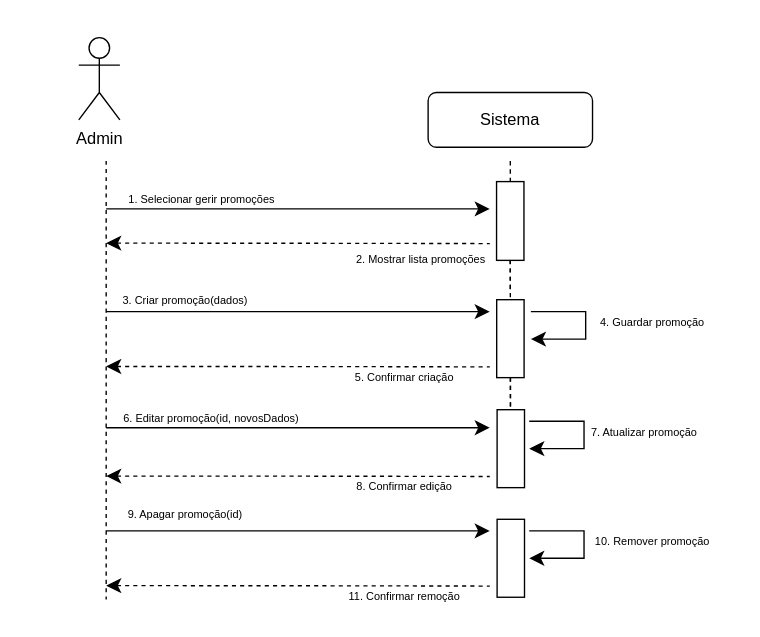
Before: Documentation/Iteration01/diagramas/uc11.drawio in compaqle/fsoft2026_1DB_3, a draw.io diagram. Source tidied: cells renumbered, new cells numbered last; positions are measured from the earlier drawing's top-left corner, leaving out a move shared by most shapes. Both pictures are drawn from the tidied source at 137%, with x=0, y=0 at pixel (78, 37).
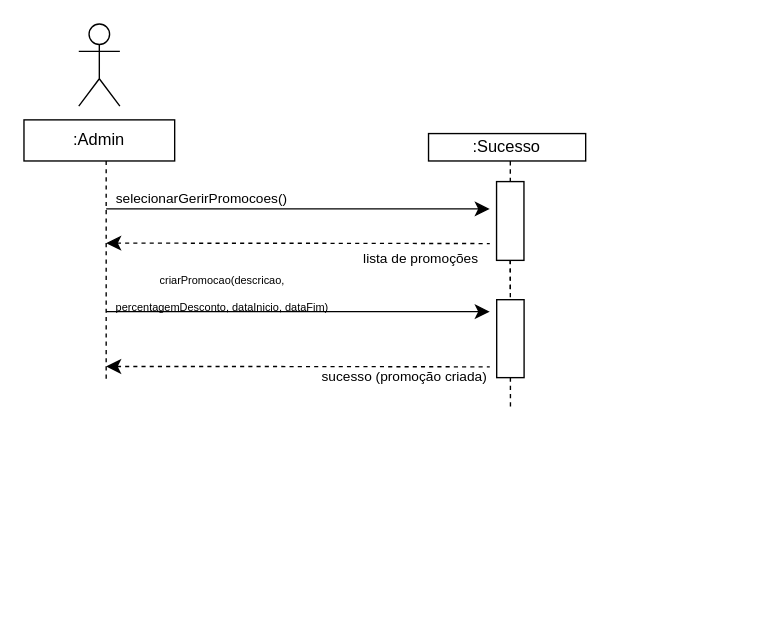
The same diagram, later.

The change refers to these unchanged cells:
```xml
<mxCell id="20" style="rounded=0;whiteSpace=wrap;html=1;rotation=90;" parent="1" vertex="1">
  <mxGeometry x="286.6" y="209.7" width="56.9" height="20" as="geometry" />
</mxCell>
```

Change to the diagram source:
```diff
@@
-    <mxCell id="3" value="&lt;span style=&quot;font-size: 8px;&quot;&gt;1. Selecionar gerir promoções&lt;/span&gt;" style="text;html=1;whiteSpace=wrap;strokeColor=none;fillColor=none;align=center;verticalAlign=middle;rounded=0;fontSize=16;" parent="1" vertex="1">
+    <mxCell id="3" value="&lt;font style=&quot;font-size: 10px;&quot;&gt;selecionarGerirPromocoes()&lt;/font&gt;" style="text;html=1;whiteSpace=wrap;strokeColor=none;fillColor=none;align=center;verticalAlign=middle;rounded=0;fontSize=16;" parent="1" vertex="1">
       <mxGeometry x="10" y="100" width="160" height="30" as="geometry" />
     </mxCell>
@@
-    <mxCell id="5" value="&lt;font style=&quot;font-size: 8px;&quot;&gt;7. Atualizar promoção&lt;/font&gt;" style="text;html=1;whiteSpace=wrap;strokeColor=none;fillColor=none;align=center;verticalAlign=middle;rounded=0;fontSize=16;" parent="1" vertex="1">
-      <mxGeometry x="351.3" y="270" width="123.8" height="30" as="geometry" />
-    </mxCell>
@@
     <mxCell id="9" style="edgeStyle=none;orthogonalLoop=1;jettySize=auto;html=1;rounded=0;fontSize=12;startSize=8;endSize=8;curved=1;endArrow=none;endFill=0;dashed=1;" parent="1" edge="1">
       <mxGeometry relative="1" as="geometry">
         <mxPoint x="20" y="90" as="sourcePoint" />
-        <mxPoint x="20" y="410" as="targetPoint" />
+        <mxPoint x="20" y="250" as="targetPoint" />
       </mxGeometry>
     </mxCell>
-    <mxCell id="10" value="Admin" style="shape=umlActor;verticalLabelPosition=bottom;verticalAlign=top;html=1;" parent="1" vertex="1">
-      <mxGeometry width="30" height="60" as="geometry" />
+    <mxCell id="10" style="shape=umlActor;verticalLabelPosition=bottom;verticalAlign=top;html=1;" parent="1" vertex="1">
+      <mxGeometry y="-10" width="30" height="60" as="geometry" />
     </mxCell>
-    <mxCell id="11" value="Sistema" style="rounded=1;whiteSpace=wrap;html=1;" parent="1" vertex="1">
-      <mxGeometry x="255" y="40" width="120" height="40" as="geometry" />
-    </mxCell>
-    <mxCell id="12" value="&lt;font style=&quot;font-size: 8px;&quot;&gt;2. Mostrar lista promoções&lt;/font&gt;" style="text;html=1;whiteSpace=wrap;strokeColor=none;fillColor=none;align=center;verticalAlign=middle;rounded=0;fontSize=16;" parent="1" vertex="1">
+    <mxCell id="12" value="&lt;font style=&quot;font-size: 10px;&quot;&gt;lista de promoções&lt;/font&gt;" style="text;html=1;whiteSpace=wrap;strokeColor=none;fillColor=none;align=center;verticalAlign=middle;rounded=0;fontSize=16;" parent="1" vertex="1">
       <mxGeometry x="200" y="143.8" width="100" height="30" as="geometry" />
     </mxCell>
@@
-    <mxCell id="14" style="edgeStyle=segmentEdgeStyle;endArrow=classic;html=1;curved=0;rounded=0;endSize=8;startSize=8;sourcePerimeterSpacing=0;targetPerimeterSpacing=0;fontSize=12;" parent="1" edge="1">
-      <mxGeometry relative="1" as="geometry">
-        <mxPoint x="330" y="200" as="sourcePoint" />
-        <mxPoint x="330" y="220" as="targetPoint" />
-        <Array as="points">
-          <mxPoint x="370" y="200" />
-          <mxPoint x="370" y="220" />
-          <mxPoint x="350" y="220" />
-        </Array>
-      </mxGeometry>
-    </mxCell>
-    <mxCell id="15" value="&lt;font style=&quot;font-size: 8px;&quot;&gt;3. Criar promoção(dados)&lt;/font&gt;" style="text;html=1;whiteSpace=wrap;strokeColor=none;fillColor=none;align=center;verticalAlign=middle;rounded=0;fontSize=16;" parent="1" vertex="1">
-      <mxGeometry x="28.1" y="173.8" width="100" height="30" as="geometry" />
+    <mxCell id="15" value="&lt;font style=&quot;font-size: 8px;&quot;&gt;criarPromocao(descricao, percentagemDesconto, dataInicio, dataFim)&lt;/font&gt;" style="text;html=1;whiteSpace=wrap;strokeColor=none;fillColor=none;align=center;verticalAlign=middle;rounded=0;fontSize=16;" parent="1" vertex="1">
+      <mxGeometry x="20" y="173.8" width="170" height="20" as="geometry" />
     </mxCell>
-    <mxCell id="16" value="&lt;font style=&quot;font-size: 8px;&quot;&gt;4. Guardar promoção&lt;/font&gt;" style="text;html=1;whiteSpace=wrap;strokeColor=none;fillColor=none;align=center;verticalAlign=middle;rounded=0;fontSize=16;" parent="1" vertex="1">
-      <mxGeometry x="368.8" y="190" width="100" height="30" as="geometry" />
-    </mxCell>
@@
-    <mxCell id="19" style="edgeStyle=orthogonalEdgeStyle;rounded=0;jettySize=auto;html=1;dashed=1;endArrow=none;endFill=0;" parent="1" edge="1" source="20">
-      <mxGeometry relative="1" as="geometry">
-        <mxPoint x="315" y="303.1" as="targetPoint" />
-      </mxGeometry>
-    </mxCell>
@@
-    <mxCell id="23" style="edgeStyle=segmentEdgeStyle;endArrow=classic;html=1;curved=0;rounded=0;endSize=8;startSize=8;sourcePerimeterSpacing=0;targetPerimeterSpacing=0;fontSize=12;" parent="1" edge="1">
-      <mxGeometry relative="1" as="geometry">
-        <mxPoint x="328.8" y="280" as="sourcePoint" />
-        <mxPoint x="328.8" y="300" as="targetPoint" />
-        <Array as="points">
-          <mxPoint x="368.8" y="280" />
-          <mxPoint x="368.8" y="300" />
-        </Array>
-      </mxGeometry>
-    </mxCell>
-    <mxCell id="24" value="&lt;font style=&quot;font-size: 8px;&quot;&gt;5. Confirmar criação&lt;/font&gt;" style="text;html=1;whiteSpace=wrap;strokeColor=none;fillColor=none;align=center;verticalAlign=middle;rounded=0;fontSize=16;" parent="1" vertex="1">
+    <mxCell id="24" value="&lt;font style=&quot;font-size: 10px;&quot;&gt;sucesso (promoção criada)&lt;/font&gt;" style="text;html=1;whiteSpace=wrap;strokeColor=none;fillColor=none;align=center;verticalAlign=middle;rounded=0;fontSize=16;" parent="1" vertex="1">
       <mxGeometry x="176.2" y="229.7" width="123.8" height="30" as="geometry" />
     </mxCell>
-    <mxCell id="25" style="rounded=0;whiteSpace=wrap;html=1;rotation=90;" parent="1" vertex="1">
-      <mxGeometry x="286.9" y="290" width="56.9" height="20" as="geometry" />
-    </mxCell>
-    <mxCell id="26" style="rounded=0;whiteSpace=wrap;html=1;rotation=90;" parent="1" vertex="1">
-      <mxGeometry x="286.9" y="370" width="56.9" height="20" as="geometry" />
-    </mxCell>
-    <mxCell id="27" style="edgeStyle=segmentEdgeStyle;endArrow=classic;html=1;curved=0;rounded=0;endSize=8;startSize=8;sourcePerimeterSpacing=0;targetPerimeterSpacing=0;fontSize=12;" parent="1" edge="1">
-      <mxGeometry relative="1" as="geometry">
-        <mxPoint x="328.8" y="360" as="sourcePoint" />
-        <mxPoint x="328.8" y="380" as="targetPoint" />
-        <Array as="points">
-          <mxPoint x="368.8" y="360" />
-          <mxPoint x="368.8" y="380" />
-        </Array>
-      </mxGeometry>
-    </mxCell>
-    <mxCell id="28" style="edgeStyle=none;curved=1;rounded=0;orthogonalLoop=1;jettySize=auto;html=1;fontSize=12;startSize=8;endSize=8;startArrow=classic;startFill=1;endArrow=none;endFill=0;dashed=1;" parent="1" edge="1">
-      <mxGeometry relative="1" as="geometry">
-        <mxPoint x="20" y="320" as="sourcePoint" />
-        <mxPoint x="300" y="320.3" as="targetPoint" />
-        <Array as="points">
-          <mxPoint x="160" y="320" />
-        </Array>
-      </mxGeometry>
-    </mxCell>
-    <mxCell id="29" style="edgeStyle=none;curved=1;rounded=0;orthogonalLoop=1;jettySize=auto;html=1;fontSize=12;startSize=8;endSize=8;startArrow=classic;startFill=1;endArrow=none;endFill=0;dashed=1;" parent="1" edge="1">
-      <mxGeometry relative="1" as="geometry">
-        <mxPoint x="20" y="400" as="sourcePoint" />
-        <mxPoint x="300" y="400.3" as="targetPoint" />
-        <Array as="points">
-          <mxPoint x="160" y="400" />
-        </Array>
-      </mxGeometry>
-    </mxCell>
-    <mxCell id="30" value="&lt;font style=&quot;font-size: 8px;&quot;&gt;8. Confirmar edição&lt;/font&gt;" style="text;html=1;whiteSpace=wrap;strokeColor=none;fillColor=none;align=center;verticalAlign=middle;rounded=0;fontSize=16;" parent="1" vertex="1">
-      <mxGeometry x="176.2" y="310" width="123.8" height="30" as="geometry" />
-    </mxCell>
-    <mxCell id="31" value="&lt;font style=&quot;font-size: 8px;&quot;&gt;11. Confirmar remoção&lt;/font&gt;" style="text;html=1;whiteSpace=wrap;strokeColor=none;fillColor=none;align=center;verticalAlign=middle;rounded=0;fontSize=16;" parent="1" vertex="1">
-      <mxGeometry x="176.2" y="390" width="123.8" height="30" as="geometry" />
-    </mxCell>
-    <mxCell id="32" style="edgeStyle=none;curved=1;rounded=0;orthogonalLoop=1;jettySize=auto;html=1;fontSize=12;startSize=8;endSize=8;" parent="1" edge="1">
-      <mxGeometry relative="1" as="geometry">
-        <mxPoint x="20" y="284.7" as="sourcePoint" />
-        <mxPoint x="300" y="284.7" as="targetPoint" />
-      </mxGeometry>
-    </mxCell>
-    <mxCell id="33" style="edgeStyle=none;curved=1;rounded=0;orthogonalLoop=1;jettySize=auto;html=1;fontSize=12;startSize=8;endSize=8;" parent="1" edge="1">
-      <mxGeometry relative="1" as="geometry">
-        <mxPoint x="20" y="360" as="sourcePoint" />
-        <mxPoint x="300" y="360" as="targetPoint" />
-      </mxGeometry>
-    </mxCell>
-    <mxCell id="34" value="&lt;font style=&quot;font-size: 8px;&quot;&gt;6. Editar promoção(id, novosDados)&lt;/font&gt;" style="text;html=1;whiteSpace=wrap;strokeColor=none;fillColor=none;align=center;verticalAlign=middle;rounded=0;fontSize=16;" parent="1" vertex="1">
-      <mxGeometry x="24.4" y="260" width="145.6" height="30" as="geometry" />
-    </mxCell>
-    <mxCell id="35" value="&lt;font style=&quot;font-size: 8px;&quot;&gt;9. Apagar promoção(id)&lt;/font&gt;" style="text;html=1;whiteSpace=wrap;strokeColor=none;fillColor=none;align=center;verticalAlign=middle;rounded=0;fontSize=16;" parent="1" vertex="1">
-      <mxGeometry x="16.3" y="330" width="123.8" height="30" as="geometry" />
-    </mxCell>
-    <mxCell id="36" value="&lt;font style=&quot;font-size: 8px;&quot;&gt;10. Remover promoção&lt;/font&gt;" style="text;html=1;whiteSpace=wrap;strokeColor=none;fillColor=none;align=center;verticalAlign=middle;rounded=0;fontSize=16;" parent="1" vertex="1">
-      <mxGeometry x="356.9" y="350" width="123.8" height="30" as="geometry" />
-    </mxCell>
+    <mxCell id="37" value=":Sucesso" style="rounded=0;whiteSpace=wrap;html=1;" parent="1" vertex="1">
+      <mxGeometry x="255.3" y="70" width="114.7" height="20" as="geometry" />
+    </mxCell>
+    <mxCell id="38" value=":Admin" style="rounded=0;whiteSpace=wrap;html=1;" parent="1" vertex="1">
+      <mxGeometry x="-40" y="60" width="110" height="30" as="geometry" />
+    </mxCell>
```
